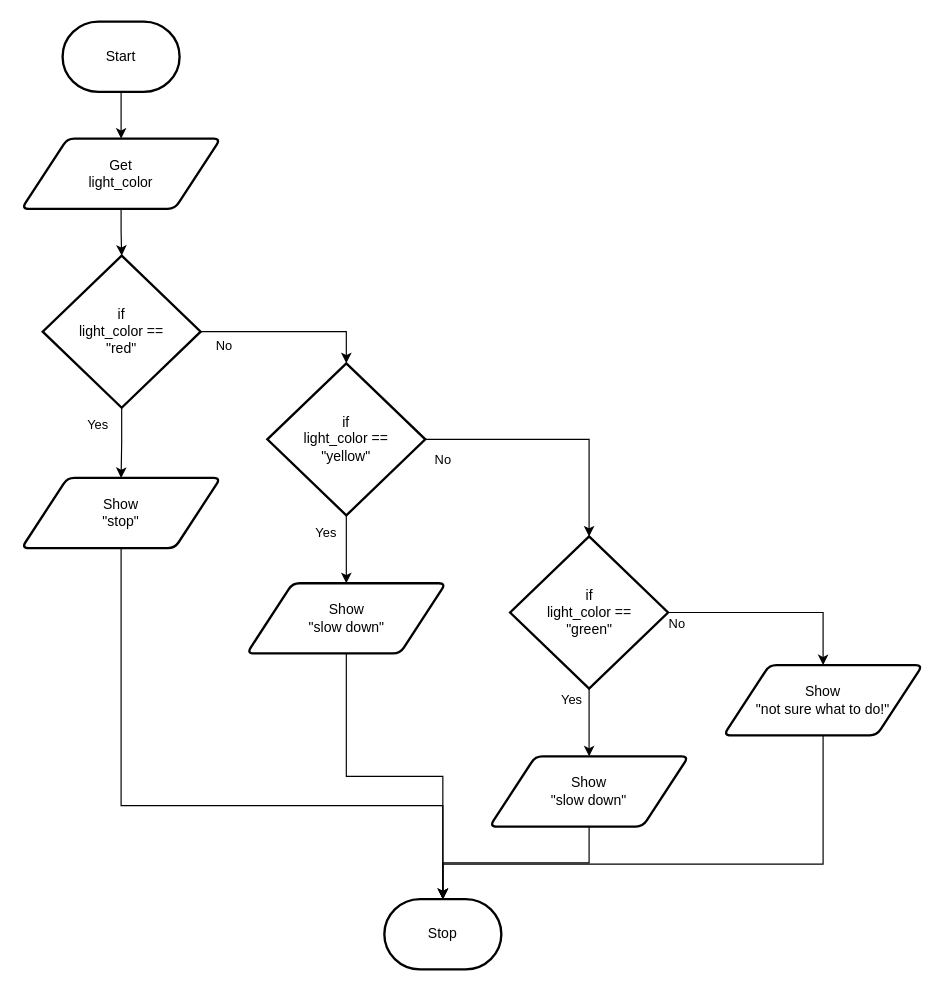
Before: docs/structured-problem-solving/images/flowchart-if-then-elseif-else.drawio in Mr-Coxall/Computer-Based-Problem-Solving, a draw.io diagram. Source tidied: cells renumbered, new cells numbered last; positions are measured from the earlier drawing's top-left corner, leaving out a move shared by most shapes. Both pictures are drawn from the tidied source at 117%, with x=0, y=0 at pixel (21, 21).
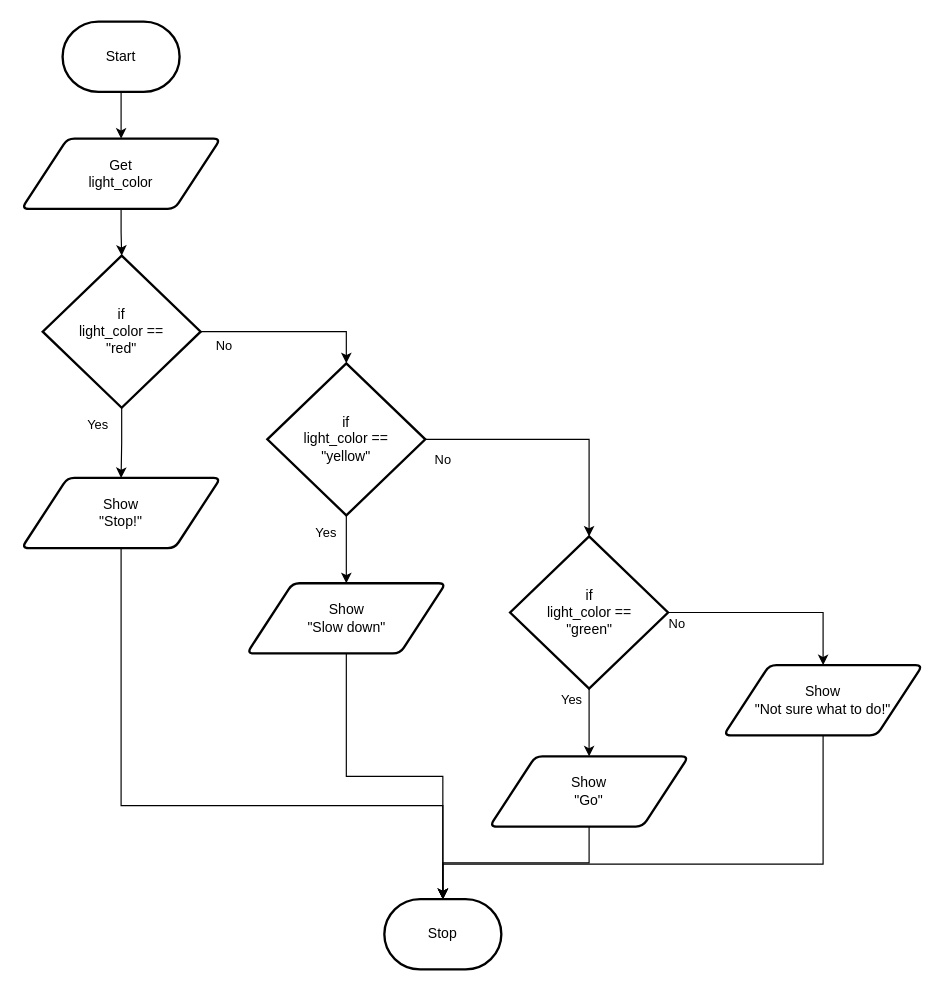
Above is the later version.

What changed in the source:
```diff
@@
-    <mxCell id="12" value="Show&lt;br&gt;&quot;stop&quot;" style="shape=parallelogram;html=1;strokeWidth=2;perimeter=parallelogramPerimeter;whiteSpace=wrap;rounded=1;arcSize=12;size=0.23;" parent="1" vertex="1">
+    <mxCell id="12" value="Show&lt;br&gt;&quot;Stop!&quot;" style="shape=parallelogram;html=1;strokeWidth=2;perimeter=parallelogramPerimeter;whiteSpace=wrap;rounded=1;arcSize=12;size=0.23;" parent="1" vertex="1">
       <mxGeometry y="390" width="170" height="60" as="geometry" />
     </mxCell>
@@
-    <mxCell id="19" value="Show&lt;br&gt;&quot;slow down&quot;" style="shape=parallelogram;html=1;strokeWidth=2;perimeter=parallelogramPerimeter;whiteSpace=wrap;rounded=1;arcSize=12;size=0.23;" parent="1" vertex="1">
+    <mxCell id="19" value="Show&lt;br&gt;&quot;Slow down&quot;" style="shape=parallelogram;html=1;strokeWidth=2;perimeter=parallelogramPerimeter;whiteSpace=wrap;rounded=1;arcSize=12;size=0.23;" parent="1" vertex="1">
       <mxGeometry x="192.5" y="480" width="170" height="60" as="geometry" />
     </mxCell>
@@
-    <mxCell id="24" value="Show&lt;br&gt;&quot;slow down&quot;" style="shape=parallelogram;html=1;strokeWidth=2;perimeter=parallelogramPerimeter;whiteSpace=wrap;rounded=1;arcSize=12;size=0.23;" parent="1" vertex="1">
+    <mxCell id="24" value="Show&lt;br&gt;&quot;Go&quot;" style="shape=parallelogram;html=1;strokeWidth=2;perimeter=parallelogramPerimeter;whiteSpace=wrap;rounded=1;arcSize=12;size=0.23;" parent="1" vertex="1">
       <mxGeometry x="400" y="628" width="170" height="60" as="geometry" />
     </mxCell>
@@
-    <mxCell id="26" value="Show&lt;br&gt;&quot;not sure what to do!&quot;" style="shape=parallelogram;html=1;strokeWidth=2;perimeter=parallelogramPerimeter;whiteSpace=wrap;rounded=1;arcSize=12;size=0.23;" parent="1" vertex="1">
+    <mxCell id="26" value="Show&lt;br&gt;&quot;Not sure what to do!&quot;" style="shape=parallelogram;html=1;strokeWidth=2;perimeter=parallelogramPerimeter;whiteSpace=wrap;rounded=1;arcSize=12;size=0.23;" parent="1" vertex="1">
       <mxGeometry x="600" y="550" width="170" height="60" as="geometry" />
     </mxCell>
```
